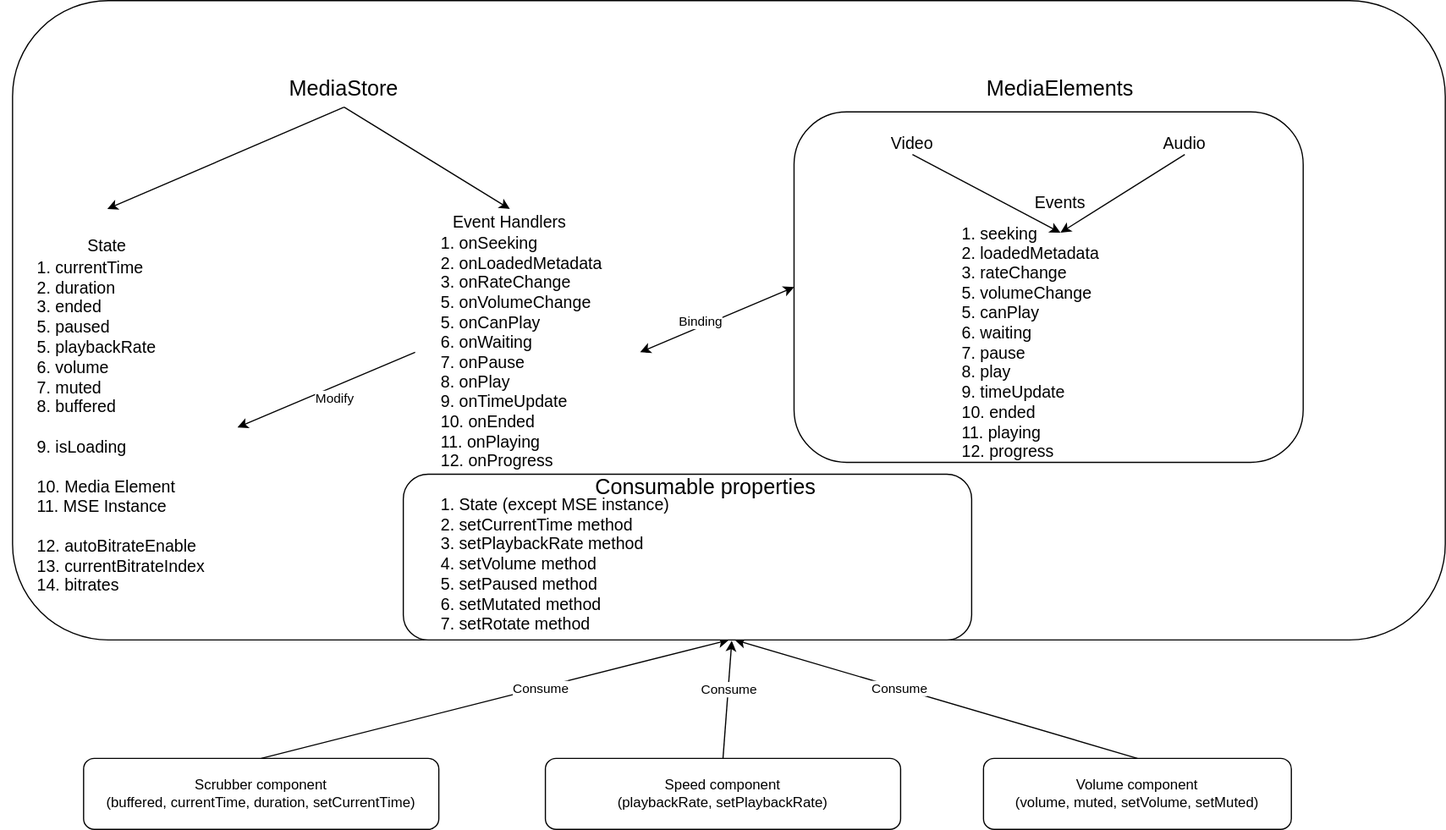
Earlier version of the draw.io export images/var_hls.svg (willnguyen1312/var-hls). Source tidied: cells renumbered, new cells last; positions are measured from the earlier drawing's top-left corner, leaving out a move shared by most shapes.
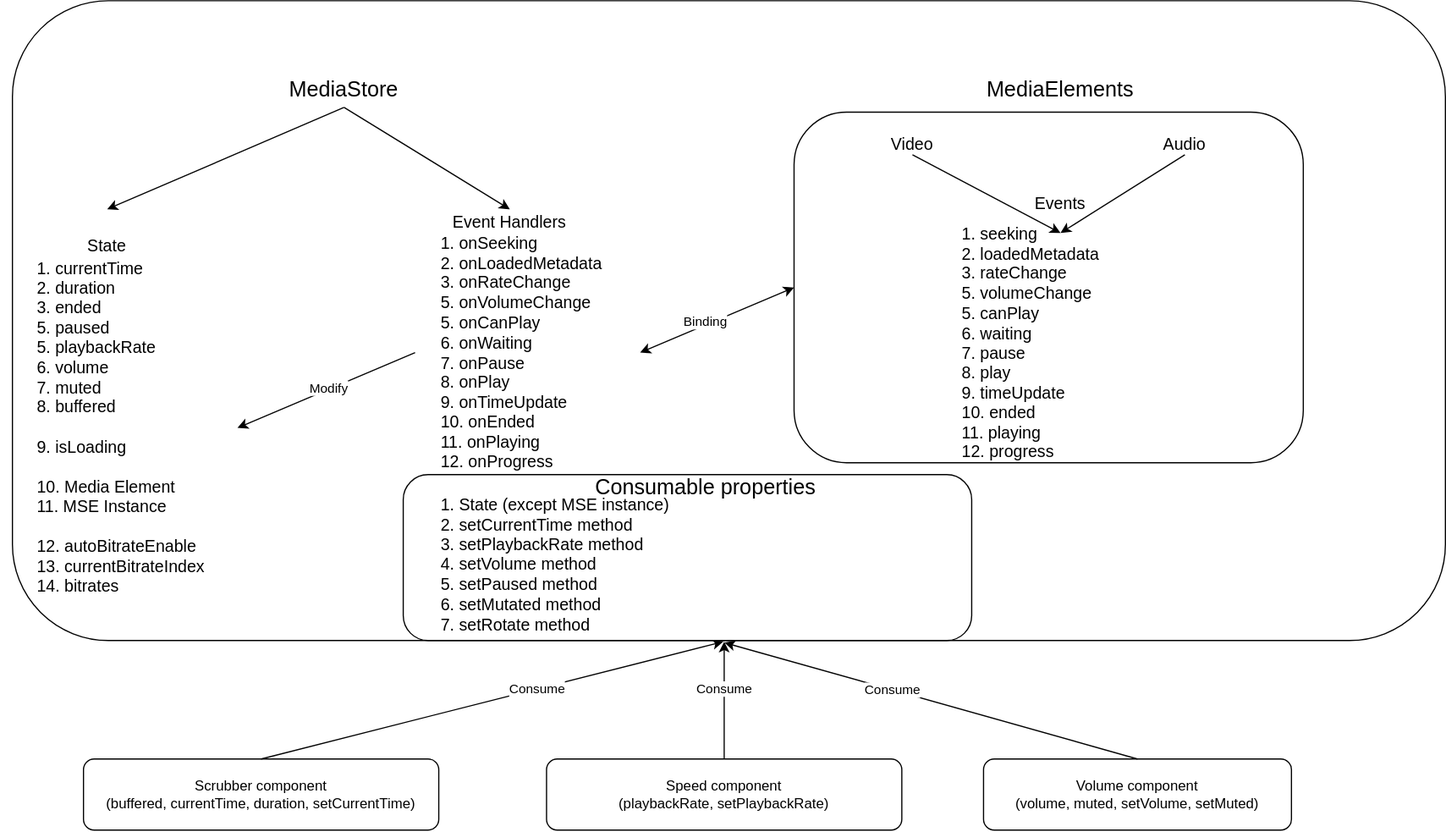
After the commit.

What changed in the source:
```diff
@@ -39,7 +39,7 @@
     </mxCell>
     <mxCell id="13" value="Modify" style="edgeLabel;html=1;align=center;verticalAlign=middle;" parent="12" vertex="1">
       <mxGeometry x="0.19" relative="1" as="geometry">
-        <mxPoint x="20" y="0.8" as="offset" />
+        <mxPoint x="16" y="-8.2" as="offset" />
       </mxGeometry>
     </mxCell>
     <mxCell id="14" value="&lt;span style=&quot;font-size: 14px&quot;&gt;Video&lt;/span&gt;" style="text;html=1;strokeColor=none;fillColor=none;align=center;verticalAlign=middle;whiteSpace=wrap;rounded=0;fontSize=16;" parent="1" vertex="1">
@@ -67,9 +67,9 @@
       <mxGeometry x="830" y="640" width="260" height="60" as="geometry" />
     </mxCell>
     <mxCell id="22" value="Speed component&lt;br&gt;(playbackRate, setPlaybackRate)" style="rounded=1;whiteSpace=wrap;html=1;" parent="1" vertex="1">
-      <mxGeometry x="460" y="640" width="300" height="60" as="geometry" />
+      <mxGeometry x="461" y="640" width="300" height="60" as="geometry" />
     </mxCell>
-    <mxCell id="23" style="endArrow=classic;html=1;entryX=0.5;entryY=1;entryDx=0;entryDy=0;exitX=0.5;exitY=0;exitDx=0;exitDy=0;" parent="1" edge="1" source="20" target="2">
+    <mxCell id="23" style="endArrow=classic;html=1;entryX=0.563;entryY=1.007;entryDx=0;entryDy=0;exitX=0.5;exitY=0;exitDx=0;exitDy=0;entryPerimeter=0;" parent="1" edge="1" source="20" target="31">
       <mxGeometry relative="1" as="geometry" />
     </mxCell>
     <mxCell id="24" value="Consume" style="edgeLabel;html=1;align=center;verticalAlign=middle;" parent="23" vertex="1">
@@ -80,19 +80,19 @@
     </mxCell>
     <mxCell id="26" value="Binding" style="edgeLabel;html=1;align=center;verticalAlign=middle;" parent="25" vertex="1">
       <mxGeometry x="-0.3" y="1" relative="1" as="geometry">
-        <mxPoint x="5.3" y="-6" as="offset" />
+        <mxPoint x="9.3" y="-6" as="offset" />
       </mxGeometry>
     </mxCell>
-    <mxCell id="27" style="endArrow=classic;html=1;entryX=0.578;entryY=1.005;entryDx=0;entryDy=0;exitX=0.5;exitY=0;exitDx=0;exitDy=0;entryPerimeter=0;" parent="1" edge="1" source="22" target="31">
-      <mxGeometry relative="1" as="geometry" />
+    <mxCell id="27" style="endArrow=classic;html=1;exitX=0.5;exitY=0;exitDx=0;exitDy=0;" parent="1" edge="1" source="22">
+      <mxGeometry relative="1" as="geometry">
+        <mxPoint x="611" y="541" as="targetPoint" />
+      </mxGeometry>
     </mxCell>
     <mxCell id="28" value="Consume" style="edgeLabel;html=1;align=center;verticalAlign=middle;" parent="27" vertex="1">
       <mxGeometry x="0.19" relative="1" as="geometry" />
     </mxCell>
-    <mxCell id="29" style="endArrow=classic;html=1;exitX=0.5;exitY=0;exitDx=0;exitDy=0;" parent="1" edge="1" source="21">
-      <mxGeometry relative="1" as="geometry">
-        <mxPoint x="620" y="540" as="targetPoint" />
-      </mxGeometry>
+    <mxCell id="29" style="endArrow=classic;html=1;exitX=0.5;exitY=0;exitDx=0;exitDy=0;entryX=0.565;entryY=1.013;entryDx=0;entryDy=0;entryPerimeter=0;" parent="1" edge="1" source="21" target="31">
+      <mxGeometry relative="1" as="geometry" />
     </mxCell>
     <mxCell id="30" value="Consume" style="edgeLabel;html=1;align=center;verticalAlign=middle;" parent="29" vertex="1">
       <mxGeometry x="0.19" relative="1" as="geometry" />
```
